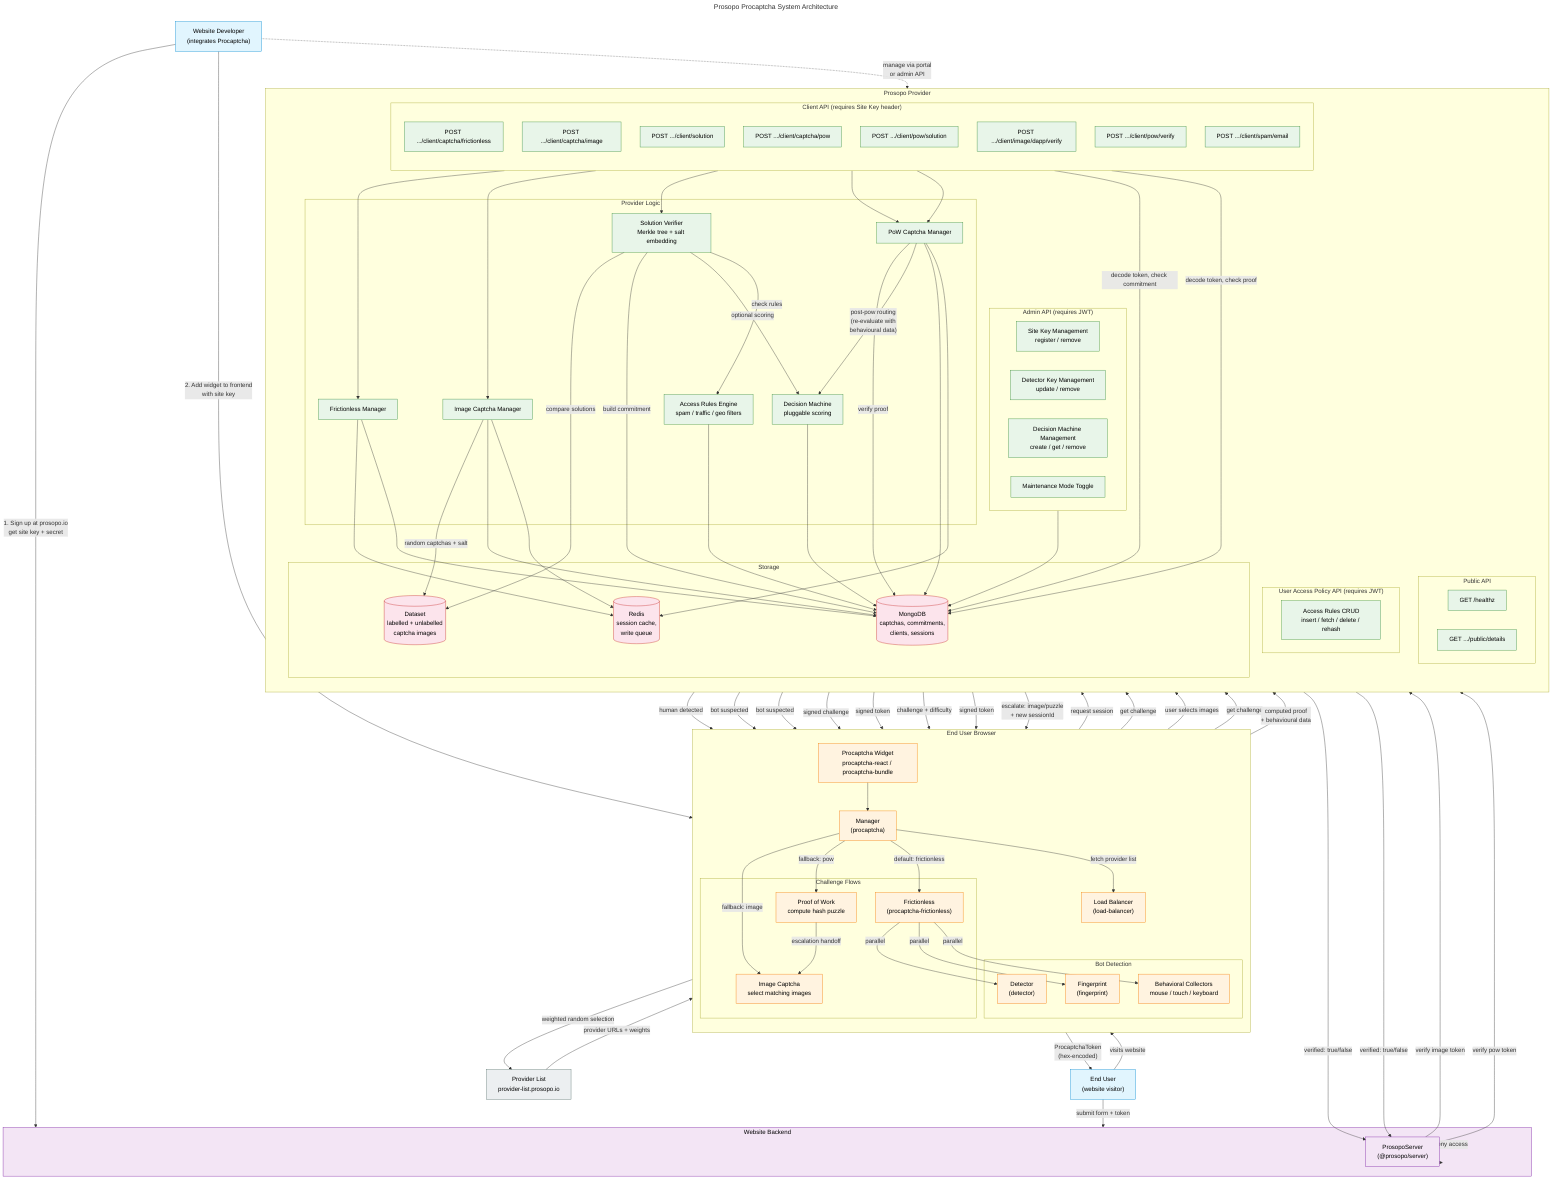
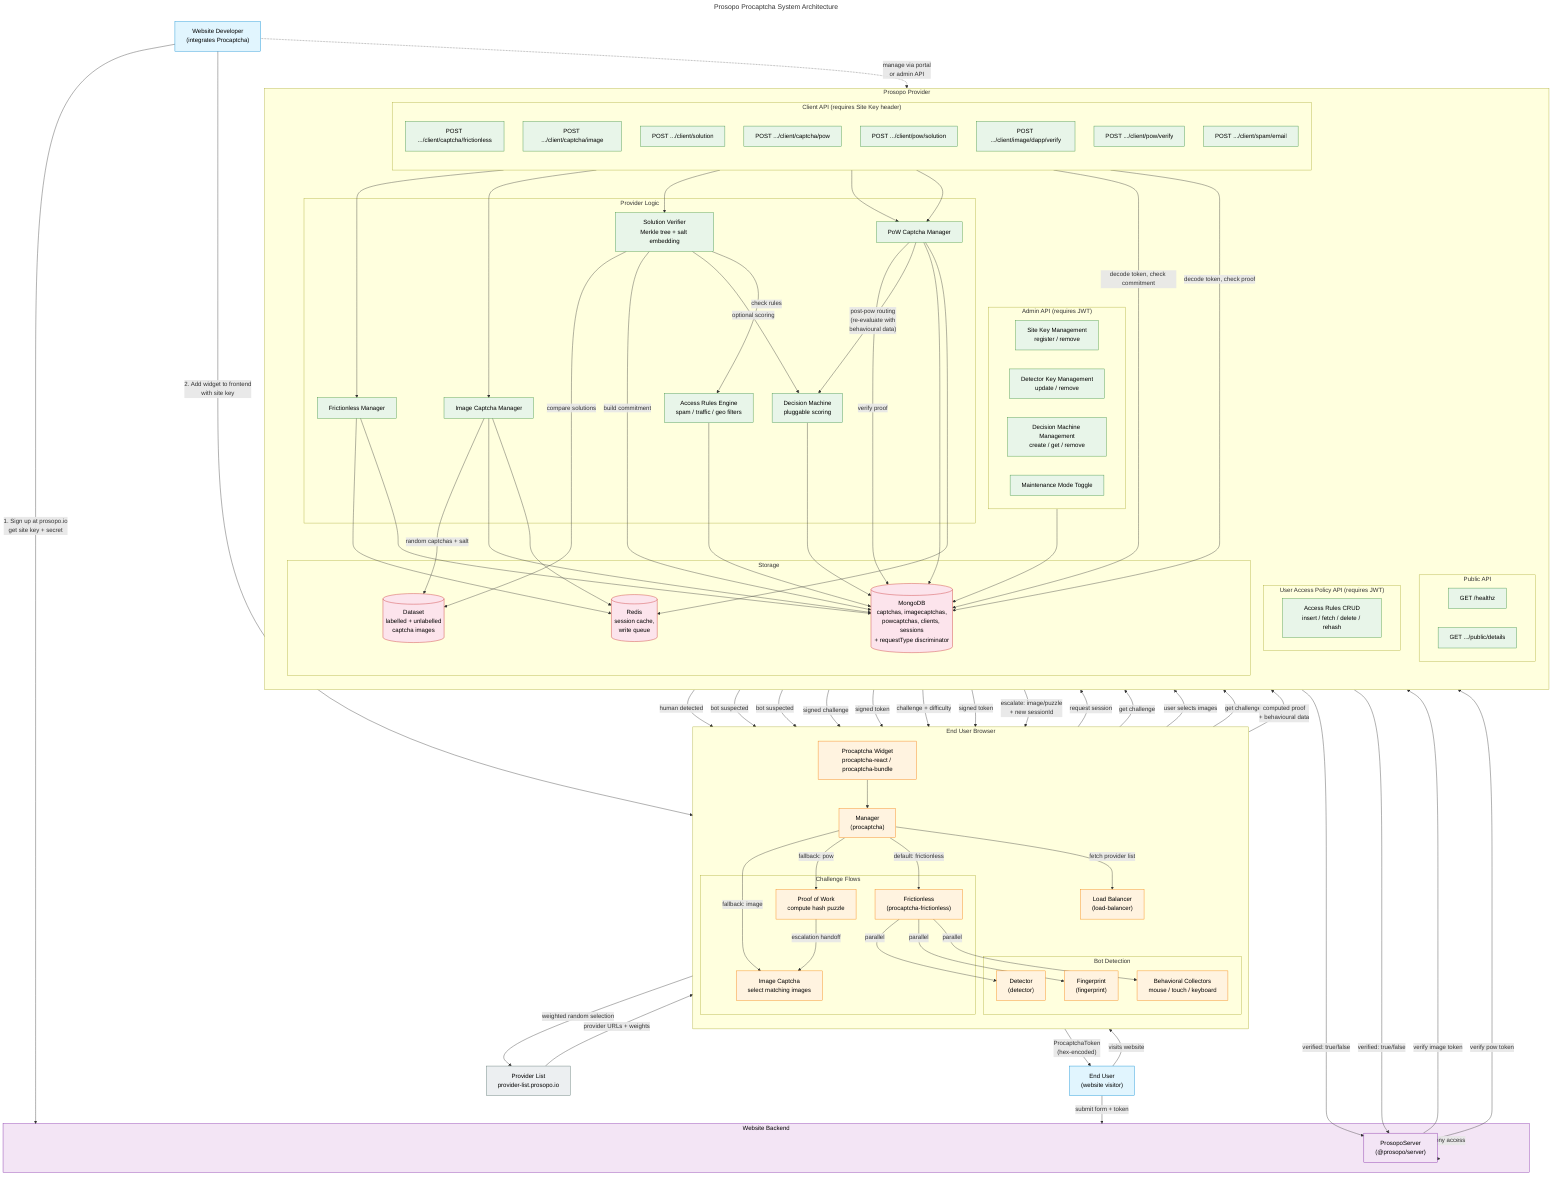
---
title: Prosopo Procaptcha System Architecture
---

graph TB
    %% ===== ACTORS =====
    Developer["Website Developer<br/>(integrates Procaptcha)"]
    EndUser["End User<br/>(website visitor)"]

    %% ===== CLIENT SIDE =====
    subgraph Browser["End User Browser"]
        direction TB
        Widget["Procaptcha Widget<br/>procaptcha-react / procaptcha-bundle"]
        Manager["Manager<br/>(procaptcha)"]
        LB["Load Balancer<br/>(load-balancer)"]

        subgraph Detection["Bot Detection"]
            Detector["Detector<br/>(detector)"]
            Fingerprint["Fingerprint<br/>(fingerprint)"]
            Behavioral["Behavioral Collectors<br/>mouse / touch / keyboard"]
        end

        subgraph CaptchaFlows["Challenge Flows"]
            Frictionless["Frictionless<br/>(procaptcha-frictionless)"]
            ImageCaptcha["Image Captcha<br/>select matching images"]
            PoW["Proof of Work<br/>compute hash puzzle"]
        end
    end

    %% ===== PROVIDER =====
    subgraph Provider["Prosopo Provider"]
        direction TB
        subgraph PublicAPI["Public API"]
            Healthz["GET /healthz"]
            Details["GET .../public/details"]
        end

        subgraph ClientAPI["Client API (requires Site Key header)"]
            direction TB
            FrictionlessEP["POST .../client/captcha/frictionless"]
            ImageChallengeEP["POST .../client/captcha/image"]
            ImageSolutionEP["POST .../client/solution"]
            PowChallengeEP["POST .../client/captcha/pow"]
            PowSolutionEP["POST .../client/pow/solution"]
            ImageVerifyEP["POST .../client/image/dapp/verify"]
            PowVerifyEP["POST .../client/pow/verify"]
            SpamEmailEP["POST .../client/spam/email"]
        end

        subgraph AdminAPI["Admin API (requires JWT)"]
            SiteKeyMgmt["Site Key Management<br/>register / remove"]
            DetectorMgmt["Detector Key Management<br/>update / remove"]
            DecisionMachineMgmt["Decision Machine Management<br/>create / get / remove"]
            MaintenanceToggle["Maintenance Mode Toggle"]
        end

        subgraph UapAPI["User Access Policy API (requires JWT)"]
            RulesCRUD["Access Rules CRUD<br/>insert / fetch / delete / rehash"]
        end

        subgraph ProviderLogic["Provider Logic"]
            ImgTasks["Image Captcha Manager"]
            PowTasks["PoW Captcha Manager"]
            FrictionlessTasks["Frictionless Manager"]
            SolutionVerifier["Solution Verifier<br/>Merkle tree + salt embedding"]
            DecisionMachine["Decision Machine<br/>pluggable scoring"]
            AccessRules["Access Rules Engine<br/>spam / traffic / geo filters"]
        end

+         %% Captcha request records (sessions, powcaptchas, imagecaptchas a.k.a.
+         %% commitments) each carry a `requestType` discriminator
+         %% (session / powcaptcha / imagecaptcha / puzzlecaptcha) so every record
+         %% is self-describing ahead of consolidating them into one `requests`
+         %% collection. Phase 1: discriminator added; physical collections are
+         %% unchanged. "UserCommitment" record/type renamed to "ImageCaptcha".
        subgraph Storage["Storage"]
-             MongoDB[(MongoDB<br/>captchas, commitments,<br/>clients, sessions)]
+             MongoDB[(MongoDB<br/>captchas, imagecaptchas,<br/>powcaptchas, clients, sessions<br/>+ requestType discriminator)]
            Redis[(Redis<br/>session cache,<br/>write queue)]
            Dataset[(Dataset<br/>labelled + unlabelled<br/>captcha images)]
        end
    end

    %% ===== WEBSITE BACKEND =====
    subgraph DappBackend["Website Backend"]
        ServerPkg["ProsopoServer<br/>(@prosopo/server)"]
    end

    %% ===== EXTERNAL =====
    ProviderList["Provider List<br/>provider-list.prosopo.io"]

    %% ===== DEVELOPER FLOW =====
    Developer -->|"1. Sign up at prosopo.io<br/>get site key + secret"| DappBackend
    Developer -->|"2. Add widget to frontend<br/>with site key"| Widget

    %% ===== USER FLOW =====
    EndUser -->|visits website| Widget
    Widget --> Manager
    Manager -->|fetch provider list| LB
    LB -->|weighted random selection| ProviderList
    ProviderList -->|provider URLs + weights| LB

    %% ===== FRICTIONLESS FLOW =====
    Manager -->|default: frictionless| Frictionless
    Frictionless -->|parallel| Detector
    Frictionless -->|parallel| Fingerprint
    Frictionless -->|parallel| Behavioral
    Frictionless -->|request session| FrictionlessEP

    FrictionlessEP --> FrictionlessTasks
    FrictionlessTasks --> Redis
    FrictionlessTasks -->|human detected| Manager
    FrictionlessTasks -->|bot suspected| ImageCaptcha
    FrictionlessTasks -->|bot suspected| PoW

    %% ===== IMAGE CAPTCHA FLOW =====
    Manager -->|fallback: image| ImageCaptcha
    ImageCaptcha -->|get challenge| ImageChallengeEP
    ImageChallengeEP --> ImgTasks
    ImgTasks -->|random captchas + salt| Dataset
    ImgTasks -->|signed challenge| ImageCaptcha
    ImageCaptcha -->|user selects images| ImageSolutionEP
    ImageSolutionEP --> SolutionVerifier
    SolutionVerifier -->|compare solutions| Dataset
    SolutionVerifier -->|build commitment| MongoDB
    SolutionVerifier -->|optional scoring| DecisionMachine
    SolutionVerifier -->|check rules| AccessRules
    SolutionVerifier -->|signed token| Manager

    %% ===== POW FLOW =====
    Manager -->|fallback: pow| PoW
    PoW -->|get challenge| PowChallengeEP
    PowChallengeEP --> PowTasks
    PowTasks -->|challenge + difficulty| PoW
    PoW -->|"computed proof<br/>+ behavioural data"| PowSolutionEP
    PowSolutionEP --> PowTasks
    PowTasks -->|verify proof| MongoDB
    PowTasks -->|"post-pow routing<br/>(re-evaluate with<br/>behavioural data)"| DecisionMachine
    PowTasks -->|signed token| Manager
    PowTasks -->|escalate: image/puzzle<br/>+ new sessionId| PoW
    PoW -->|escalation handoff| ImageCaptcha

    %% ===== TOKEN TO BACKEND =====
    Manager -->|"ProcaptchaToken<br/>(hex-encoded)"| EndUser
    EndUser -->|"submit form + token"| DappBackend

    %% ===== SERVER VERIFICATION =====
    DappBackend --> ServerPkg
    ServerPkg -->|verify image token| ImageVerifyEP
    ServerPkg -->|verify pow token| PowVerifyEP
    ImageVerifyEP -->|decode token, check commitment| MongoDB
    PowVerifyEP -->|decode token, check proof| MongoDB
    ImageVerifyEP -->|"verified: true/false"| ServerPkg
    PowVerifyEP -->|"verified: true/false"| ServerPkg
    ServerPkg -->|grant or deny access| DappBackend

    %% ===== ADMIN =====
    Developer -.->|"manage via portal<br/>or admin API"| AdminAPI
    AdminAPI --> MongoDB

    %% ===== STORAGE CONNECTIONS =====
    ImgTasks --> MongoDB
    PowTasks --> MongoDB
    FrictionlessTasks --> MongoDB
    AccessRules --> MongoDB
    DecisionMachine --> MongoDB
    ImgTasks --> Redis
    PowTasks --> Redis

    %% ===== STYLES =====
    classDef actor fill:#e1f5fe,stroke:#0288d1,color:#000
    classDef browser fill:#fff3e0,stroke:#f57c00,color:#000
    classDef provider fill:#e8f5e9,stroke:#388e3c,color:#000
    classDef storage fill:#fce4ec,stroke:#c62828,color:#000
    classDef backend fill:#f3e5f5,stroke:#7b1fa2,color:#000
    classDef external fill:#eceff1,stroke:#546e6a,color:#000

    class Developer,EndUser actor
    class Widget,Manager,LB,Detector,Fingerprint,Behavioral,Frictionless,ImageCaptcha,PoW browser
    class Healthz,Details,FrictionlessEP,ImageChallengeEP,ImageSolutionEP,PowChallengeEP,PowSolutionEP,ImageVerifyEP,PowVerifyEP,SpamEmailEP,SiteKeyMgmt,DetectorMgmt,DecisionMachineMgmt,MaintenanceToggle,RulesCRUD provider
    class ImgTasks,PowTasks,FrictionlessTasks,SolutionVerifier,DecisionMachine,AccessRules provider
    class MongoDB,Redis,Dataset storage
    class ServerPkg,DappBackend backend
    class ProviderList external
